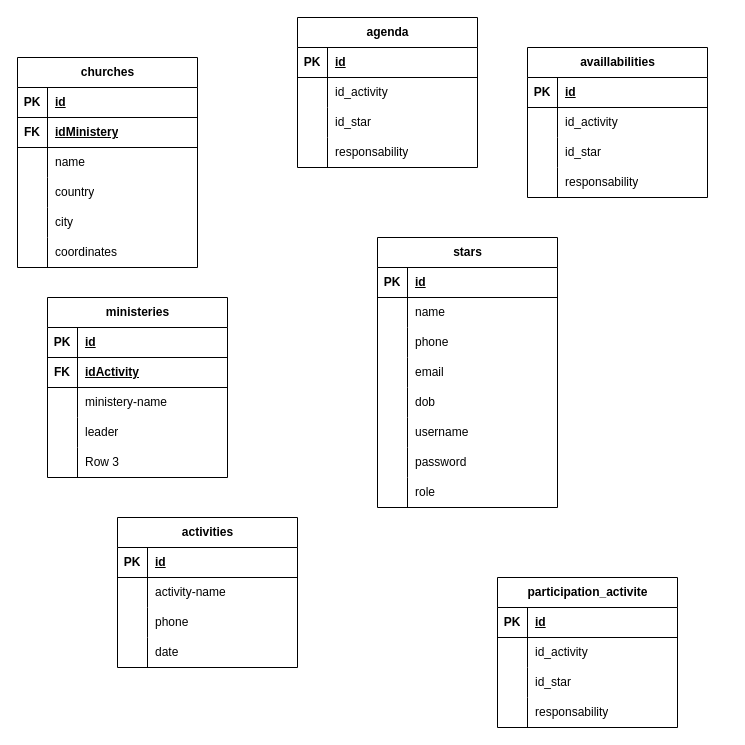
The draw.io diagram iccdb.drawio in T-lamo/ICC_APP, before the edit. Source tidied: cells renumbered, new cells numbered last; positions are measured from the earlier drawing's top-left corner, leaving out a move shared by most shapes. Both pictures are drawn from the tidied source at 100%, with x=0, y=0 at pixel (17, 17).
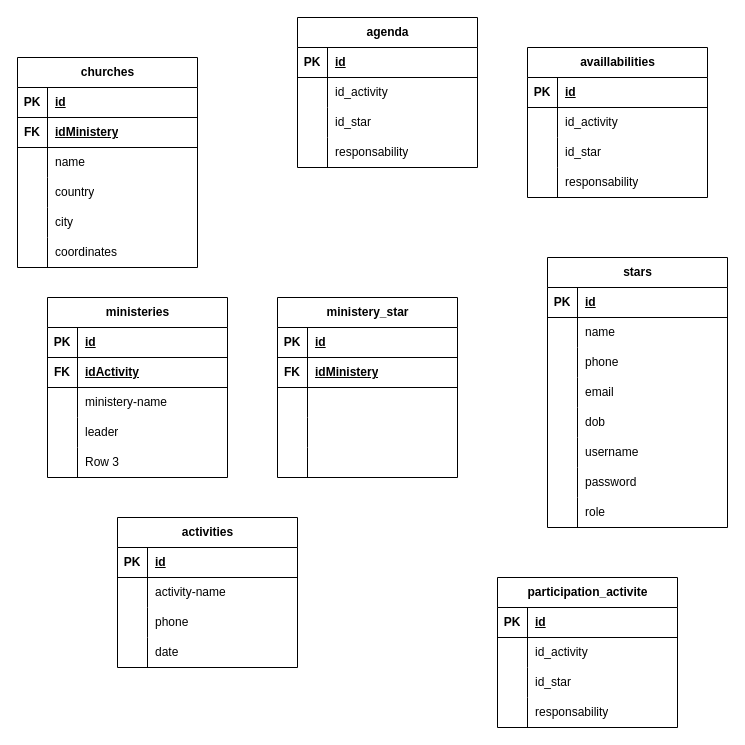
After the change.

The edit, as a diff of the source:
```diff
@@
     <mxCell id="37" value="stars" style="shape=table;startSize=30;childLayout=tableLayout;rowLines=0;fontStyle=1;align=center;html=1;" parent="1" vertex="1">
-      <mxGeometry x="360" y="220" width="180" height="270" as="geometry" />
+      <mxGeometry x="530" y="240" width="180" height="270" as="geometry" />
     </mxCell>
@@
+    <mxCell id="114" value="ministery_star" style="shape=table;startSize=30;childLayout=tableLayout;rowLines=0;fontStyle=1;align=center;html=1;" parent="1" vertex="1">
+      <mxGeometry x="260" y="280" width="180" height="180" as="geometry" />
+    </mxCell>
+    <mxCell id="115" style="shape=tableRow;horizontal=0;startSize=0;swimlaneHead=0;swimlaneBody=0;fillColor=none;top=0;left=0;right=0;bottom=1;" parent="114" vertex="1">
+      <mxGeometry y="30" width="180" height="30" as="geometry" />
+    </mxCell>
+    <mxCell id="116" value="PK" style="shape=partialRectangle;fillColor=none;top=0;left=0;bottom=0;right=0;fontStyle=1;overflow=hidden;whiteSpace=wrap;html=1;" parent="115" vertex="1">
+      <mxGeometry width="30" height="30" as="geometry" />
+    </mxCell>
+    <mxCell id="117" value="id" style="shape=partialRectangle;fillColor=none;top=0;left=0;bottom=0;right=0;align=left;spacingLeft=6;fontStyle=5;overflow=hidden;whiteSpace=wrap;html=1;" parent="115" vertex="1">
+      <mxGeometry x="30" width="150" height="30" as="geometry" />
+    </mxCell>
+    <mxCell id="118" style="shape=tableRow;horizontal=0;startSize=0;swimlaneHead=0;swimlaneBody=0;fillColor=none;top=0;left=0;right=0;bottom=1;" parent="114" vertex="1">
+      <mxGeometry y="60" width="180" height="30" as="geometry" />
+    </mxCell>
+    <mxCell id="119" value="FK" style="shape=partialRectangle;fillColor=none;top=0;left=0;bottom=0;right=0;fontStyle=1;overflow=hidden;whiteSpace=wrap;html=1;" parent="118" vertex="1">
+      <mxGeometry width="30" height="30" as="geometry" />
+    </mxCell>
+    <mxCell id="120" value="idMinistery" style="shape=partialRectangle;fillColor=none;top=0;left=0;bottom=0;right=0;align=left;spacingLeft=6;fontStyle=5;overflow=hidden;whiteSpace=wrap;html=1;" parent="118" vertex="1">
+      <mxGeometry x="30" width="150" height="30" as="geometry" />
+    </mxCell>
+    <mxCell id="121" style="shape=tableRow;horizontal=0;startSize=0;swimlaneHead=0;swimlaneBody=0;fillColor=none;top=0;left=0;right=0;bottom=0;" parent="114" vertex="1">
+      <mxGeometry y="90" width="180" height="30" as="geometry" />
+    </mxCell>
+    <mxCell id="122" style="shape=partialRectangle;fillColor=none;top=0;left=0;bottom=0;right=0;overflow=hidden;whiteSpace=wrap;html=1;" parent="121" vertex="1">
+      <mxGeometry width="30" height="30" as="geometry" />
+    </mxCell>
+    <mxCell id="123" style="shape=partialRectangle;fillColor=none;top=0;left=0;bottom=0;right=0;align=left;spacingLeft=6;overflow=hidden;whiteSpace=wrap;html=1;" parent="121" vertex="1">
+      <mxGeometry x="30" width="150" height="30" as="geometry" />
+    </mxCell>
+    <mxCell id="124" style="shape=tableRow;horizontal=0;startSize=0;swimlaneHead=0;swimlaneBody=0;fillColor=none;top=0;left=0;right=0;bottom=0;" parent="114" vertex="1">
+      <mxGeometry y="120" width="180" height="30" as="geometry" />
+    </mxCell>
+    <mxCell id="125" style="shape=partialRectangle;fillColor=none;top=0;left=0;bottom=0;right=0;overflow=hidden;whiteSpace=wrap;html=1;" parent="124" vertex="1">
+      <mxGeometry width="30" height="30" as="geometry" />
+    </mxCell>
+    <mxCell id="126" style="shape=partialRectangle;fillColor=none;top=0;left=0;bottom=0;right=0;align=left;spacingLeft=6;overflow=hidden;whiteSpace=wrap;html=1;" parent="124" vertex="1">
+      <mxGeometry x="30" width="150" height="30" as="geometry" />
+    </mxCell>
+    <mxCell id="127" style="shape=tableRow;horizontal=0;startSize=0;swimlaneHead=0;swimlaneBody=0;fillColor=none;top=0;left=0;right=0;bottom=0;" parent="114" vertex="1">
+      <mxGeometry y="150" width="180" height="30" as="geometry" />
+    </mxCell>
+    <mxCell id="128" style="shape=partialRectangle;fillColor=none;top=0;left=0;bottom=0;right=0;overflow=hidden;whiteSpace=wrap;html=1;" parent="127" vertex="1">
+      <mxGeometry width="30" height="30" as="geometry" />
+    </mxCell>
+    <mxCell id="129" style="shape=partialRectangle;fillColor=none;top=0;left=0;bottom=0;right=0;align=left;spacingLeft=6;overflow=hidden;whiteSpace=wrap;html=1;" parent="127" vertex="1">
+      <mxGeometry x="30" width="150" height="30" as="geometry" />
+    </mxCell>
```
